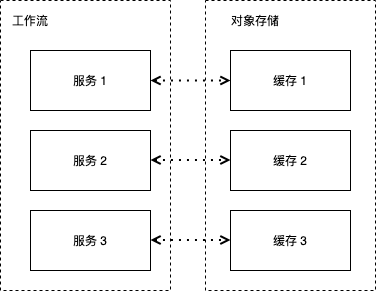
The draw.io diagram v1.10.0/06.工作流/_images/workflow_cache_1.png in koderover/zadig-doc, before a commit. Source tidied: cells renumbered, new cells last; positions are measured from the earlier drawing's top-left corner, leaving out a move shared by most shapes.
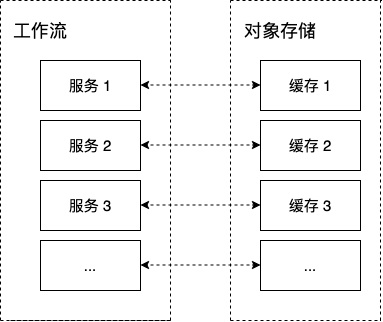
Later version of the same file.

Commit message:
more info for workspace cache in v1.10.0

Change to the diagram source:
```diff
@@ -2,50 +2,161 @@
   <root>
     <mxCell id="0" />
     <mxCell id="1" parent="0" />
-    <mxCell id="2" value="服务 1" style="rounded=0;whiteSpace=wrap;html=1;" parent="1" vertex="1">
-      <mxGeometry x="30" y="50" width="120" height="60" as="geometry" />
+    <mxCell id="2" value="&lt;font style=&quot;font-size: 15px;&quot;&gt;服务 1&lt;/font&gt;" style="rounded=0;whiteSpace=wrap;html=1;" parent="1" vertex="1">
+      <mxGeometry x="40" y="40" width="100" height="50" as="geometry" />
     </mxCell>
+    <mxCell id="15" style="endArrow=classic;html=1;fontStyle=1;endFill=1;" parent="1" edge="1">
+      <mxGeometry relative="1" as="geometry">
+        <mxPoint x="147" y="64.5" as="sourcePoint" />
+        <mxPoint x="140" y="64.5" as="targetPoint" />
+      </mxGeometry>
+    </mxCell>
+    <mxCell id="16" style="endArrow=classic;html=1;fontStyle=1;endFill=1;" parent="1" edge="1">
+      <mxGeometry relative="1" as="geometry">
+        <mxPoint x="252" y="64.5" as="sourcePoint" />
+        <mxPoint x="260" y="64.5" as="targetPoint" />
+      </mxGeometry>
+    </mxCell>
+    <mxCell id="17" style="endArrow=none;dashed=1;html=1;" parent="1" edge="1">
+      <mxGeometry relative="1" as="geometry">
+        <mxPoint x="150" y="64.5" as="sourcePoint" />
+        <mxPoint x="250" y="64.5" as="targetPoint" />
+      </mxGeometry>
+    </mxCell>
-    <mxCell id="3" value="服务 2" style="rounded=0;whiteSpace=wrap;html=1;" parent="1" vertex="1">
-      <mxGeometry x="30" y="130" width="120" height="60" as="geometry" />
+    <mxCell id="3" value="&lt;font style=&quot;font-size: 15px;&quot;&gt;服务 2&lt;/font&gt;" style="rounded=0;whiteSpace=wrap;html=1;" parent="1" vertex="1">
+      <mxGeometry x="40" y="100" width="100" height="50" as="geometry" />
     </mxCell>
+    <mxCell id="18" style="endArrow=classic;html=1;fontStyle=1;endFill=1;" parent="1" edge="1">
+      <mxGeometry relative="1" as="geometry">
+        <mxPoint x="147" y="184.5" as="sourcePoint" />
+        <mxPoint x="140" y="184.5" as="targetPoint" />
+      </mxGeometry>
+    </mxCell>
+    <mxCell id="19" style="endArrow=classic;html=1;fontStyle=1;endFill=1;" parent="1" edge="1">
+      <mxGeometry relative="1" as="geometry">
+        <mxPoint x="252" y="184.5" as="sourcePoint" />
+        <mxPoint x="260" y="184.5" as="targetPoint" />
+      </mxGeometry>
+    </mxCell>
+    <mxCell id="20" style="endArrow=none;dashed=1;html=1;" parent="1" edge="1">
+      <mxGeometry relative="1" as="geometry">
+        <mxPoint x="150" y="184.5" as="sourcePoint" />
+        <mxPoint x="250" y="184.5" as="targetPoint" />
+      </mxGeometry>
+    </mxCell>
-    <mxCell id="4" value="服务 3" style="rounded=0;whiteSpace=wrap;html=1;" parent="1" vertex="1">
-      <mxGeometry x="30" y="210" width="120" height="60" as="geometry" />
+    <mxCell id="4" value="&lt;font style=&quot;font-size: 15px;&quot;&gt;服务 3&lt;/font&gt;" style="rounded=0;whiteSpace=wrap;html=1;" parent="1" vertex="1">
+      <mxGeometry x="40" y="160" width="100" height="50" as="geometry" />
     </mxCell>
+    <mxCell id="21" style="endArrow=classic;html=1;fontStyle=1;endFill=1;" parent="1" edge="1">
+      <mxGeometry relative="1" as="geometry">
+        <mxPoint x="147" y="244.5" as="sourcePoint" />
+        <mxPoint x="140" y="244.5" as="targetPoint" />
+      </mxGeometry>
+    </mxCell>
+    <mxCell id="22" style="endArrow=classic;html=1;fontStyle=1;endFill=1;" parent="1" edge="1">
+      <mxGeometry relative="1" as="geometry">
+        <mxPoint x="252" y="244.5" as="sourcePoint" />
+        <mxPoint x="260" y="244.5" as="targetPoint" />
+      </mxGeometry>
+    </mxCell>
+    <mxCell id="23" style="endArrow=none;dashed=1;html=1;" parent="1" edge="1">
+      <mxGeometry relative="1" as="geometry">
+        <mxPoint x="150" y="244.5" as="sourcePoint" />
+        <mxPoint x="250" y="244.5" as="targetPoint" />
+      </mxGeometry>
+    </mxCell>
+    <mxCell id="24" value="&lt;span style=&quot;font-size: 15px;&quot;&gt;...&lt;/span&gt;" style="rounded=0;whiteSpace=wrap;html=1;" parent="1" vertex="1">
+      <mxGeometry x="40" y="220" width="100" height="50" as="geometry" />
+    </mxCell>
+    <mxCell id="25" style="endArrow=classic;html=1;fontStyle=1;endFill=1;" parent="1" edge="1">
+      <mxGeometry relative="1" as="geometry">
+        <mxPoint x="147" y="124.5" as="sourcePoint" />
+        <mxPoint x="140" y="124.5" as="targetPoint" />
+      </mxGeometry>
+    </mxCell>
+    <mxCell id="26" style="endArrow=classic;html=1;fontStyle=1;endFill=1;" parent="1" edge="1">
+      <mxGeometry relative="1" as="geometry">
+        <mxPoint x="252" y="124.5" as="sourcePoint" />
+        <mxPoint x="260" y="124.5" as="targetPoint" />
+      </mxGeometry>
+    </mxCell>
+    <mxCell id="27" style="endArrow=none;dashed=1;html=1;" parent="1" edge="1">
+      <mxGeometry relative="1" as="geometry">
+        <mxPoint x="150" y="124.5" as="sourcePoint" />
+        <mxPoint x="250" y="124.5" as="targetPoint" />
+      </mxGeometry>
+    </mxCell>
+    <mxCell id="28" style="endArrow=none;dashed=1;html=1;" parent="1" edge="1">
+      <mxGeometry relative="1" as="geometry">
+        <mxPoint y="-20" as="sourcePoint" />
+        <mxPoint x="170" y="-20" as="targetPoint" />
+      </mxGeometry>
+    </mxCell>
+    <mxCell id="29" style="endArrow=none;dashed=1;html=1;" parent="1" edge="1">
+      <mxGeometry relative="1" as="geometry">
+        <mxPoint x="10" y="300" as="sourcePoint" />
+        <mxPoint x="170" y="300" as="targetPoint" />
+      </mxGeometry>
+    </mxCell>
+    <mxCell id="12" value="&lt;font style=&quot;font-size: 18px;&quot;&gt;工作流&lt;/font&gt;" style="text;html=1;strokeColor=none;fillColor=none;align=center;verticalAlign=middle;whiteSpace=wrap;rounded=0;" parent="1" vertex="1">
+      <mxGeometry x="10" width="60" height="20" as="geometry" />
+    </mxCell>
+    <mxCell id="30" style="endArrow=none;dashed=1;html=1;" parent="1" edge="1">
+      <mxGeometry relative="1" as="geometry">
+        <mxPoint x="170" y="300" as="sourcePoint" />
+        <mxPoint x="170" y="-20" as="targetPoint" />
+      </mxGeometry>
+    </mxCell>
+    <mxCell id="31" style="endArrow=none;dashed=1;html=1;" parent="1" edge="1">
+      <mxGeometry relative="1" as="geometry">
+        <mxPoint y="300" as="sourcePoint" />
+        <mxPoint y="-20" as="targetPoint" />
+      </mxGeometry>
+    </mxCell>
+    <mxCell id="32" style="endArrow=none;dashed=1;html=1;" parent="1" edge="1">
+      <mxGeometry relative="1" as="geometry">
+        <mxPoint y="300" as="sourcePoint" />
+        <mxPoint x="170" y="300" as="targetPoint" />
+      </mxGeometry>
+    </mxCell>
+    <mxCell id="33" style="endArrow=none;dashed=1;html=1;" parent="1" edge="1">
+      <mxGeometry relative="1" as="geometry">
+        <mxPoint x="230" y="300" as="sourcePoint" />
+        <mxPoint x="230" y="-20" as="targetPoint" />
+      </mxGeometry>
+    </mxCell>
+    <mxCell id="34" style="endArrow=none;dashed=1;html=1;" parent="1" edge="1">
+      <mxGeometry relative="1" as="geometry">
+        <mxPoint x="380" y="300" as="sourcePoint" />
+        <mxPoint x="380" y="-20" as="targetPoint" />
+      </mxGeometry>
+    </mxCell>
+    <mxCell id="35" style="endArrow=none;dashed=1;html=1;" parent="1" edge="1">
+      <mxGeometry relative="1" as="geometry">
+        <mxPoint x="230" y="-20" as="sourcePoint" />
+        <mxPoint x="381" y="-20" as="targetPoint" />
+      </mxGeometry>
+    </mxCell>
+    <mxCell id="36" style="endArrow=none;dashed=1;html=1;" parent="1" edge="1">
+      <mxGeometry relative="1" as="geometry">
+        <mxPoint x="230" y="300" as="sourcePoint" />
+        <mxPoint x="380.5" y="300" as="targetPoint" />
+      </mxGeometry>
+    </mxCell>
+    <mxCell id="10" value="&lt;span style=&quot;font-size: 18px&quot;&gt;对象存储&lt;/span&gt;" style="text;html=1;strokeColor=none;fillColor=none;align=center;verticalAlign=middle;whiteSpace=wrap;rounded=0;" parent="1" vertex="1">
+      <mxGeometry x="240" width="80" height="20" as="geometry" />
+    </mxCell>
-    <mxCell id="5" value="缓存 1" style="rounded=0;whiteSpace=wrap;html=1;" parent="1" vertex="1">
-      <mxGeometry x="230" y="50" width="120" height="60" as="geometry" />
+    <mxCell id="5" value="&lt;font style=&quot;font-size: 15px;&quot;&gt;缓存 1&lt;/font&gt;" style="rounded=0;whiteSpace=wrap;html=1;" parent="1" vertex="1">
+      <mxGeometry x="260" y="40" width="100" height="50" as="geometry" />
     </mxCell>
-    <mxCell id="6" style="endArrow=open;dashed=1;html=1;dashPattern=1 3;strokeWidth=2;exitX=1;exitY=0.5;exitDx=0;exitDy=0;entryX=0;entryY=0.5;entryDx=0;entryDy=0;startArrow=open;startFill=0;endFill=0;" parent="1" edge="1" source="2" target="5">
-      <mxGeometry relative="1" as="geometry" />
-    </mxCell>
-    <mxCell id="7" value="缓存 2" style="rounded=0;whiteSpace=wrap;html=1;" parent="1" vertex="1">
-      <mxGeometry x="230" y="130" width="120" height="60" as="geometry" />
+    <mxCell id="7" value="&lt;font style=&quot;font-size: 15px;&quot;&gt;缓存 2&lt;/font&gt;" style="rounded=0;whiteSpace=wrap;html=1;" parent="1" vertex="1">
+      <mxGeometry x="260" y="100" width="100" height="50" as="geometry" />
     </mxCell>
-    <mxCell id="8" value="缓存 3" style="rounded=0;whiteSpace=wrap;html=1;" parent="1" vertex="1">
-      <mxGeometry x="230" y="210" width="120" height="60" as="geometry" />
+    <mxCell id="8" value="&lt;font style=&quot;font-size: 15px;&quot;&gt;缓存 3&lt;/font&gt;" style="rounded=0;whiteSpace=wrap;html=1;" parent="1" vertex="1">
+      <mxGeometry x="260" y="160" width="100" height="50" as="geometry" />
     </mxCell>
-    <mxCell id="9" style="rounded=0;whiteSpace=wrap;html=1;dashed=1;fillColor=none;" parent="1" vertex="1">
-      <mxGeometry x="205" width="170" height="290" as="geometry" />
-    </mxCell>
-    <mxCell id="10" value="对象存储" style="text;html=1;strokeColor=none;fillColor=none;align=center;verticalAlign=middle;whiteSpace=wrap;rounded=0;dashed=1;" parent="1" vertex="1">
-      <mxGeometry x="220" y="10" width="70" height="20" as="geometry" />
-    </mxCell>
-    <mxCell id="11" style="rounded=0;whiteSpace=wrap;html=1;dashed=1;fillColor=none;" parent="1" vertex="1">
-      <mxGeometry width="170" height="290" as="geometry" />
-    </mxCell>
-    <mxCell id="12" value="工作流" style="text;html=1;strokeColor=none;fillColor=none;align=center;verticalAlign=middle;whiteSpace=wrap;rounded=0;dashed=1;" parent="1" vertex="1">
-      <mxGeometry x="10" y="10" width="40" height="20" as="geometry" />
-    </mxCell>
-    <mxCell id="13" style="endArrow=open;dashed=1;html=1;dashPattern=1 3;strokeWidth=2;exitX=1;exitY=0.5;exitDx=0;exitDy=0;entryX=0;entryY=0.5;entryDx=0;entryDy=0;startArrow=open;startFill=0;endFill=0;" parent="1" edge="1">
-      <mxGeometry relative="1" as="geometry">
-        <mxPoint x="150" y="159.5" as="sourcePoint" />
-        <mxPoint x="230" y="159.5" as="targetPoint" />
-      </mxGeometry>
-    </mxCell>
-    <mxCell id="14" style="endArrow=open;dashed=1;html=1;dashPattern=1 3;strokeWidth=2;exitX=1;exitY=0.5;exitDx=0;exitDy=0;entryX=0;entryY=0.5;entryDx=0;entryDy=0;startArrow=open;startFill=0;endFill=0;" parent="1" edge="1">
-      <mxGeometry relative="1" as="geometry">
-        <mxPoint x="150" y="239.5" as="sourcePoint" />
-        <mxPoint x="230" y="239.5" as="targetPoint" />
-      </mxGeometry>
-    </mxCell>
+    <mxCell id="37" value="&lt;span style=&quot;font-size: 15px;&quot;&gt;...&lt;/span&gt;" style="rounded=0;whiteSpace=wrap;html=1;" parent="1" vertex="1">
+      <mxGeometry x="260" y="220" width="100" height="50" as="geometry" />
+    </mxCell>
   </root>
 </mxGraphModel>
```
